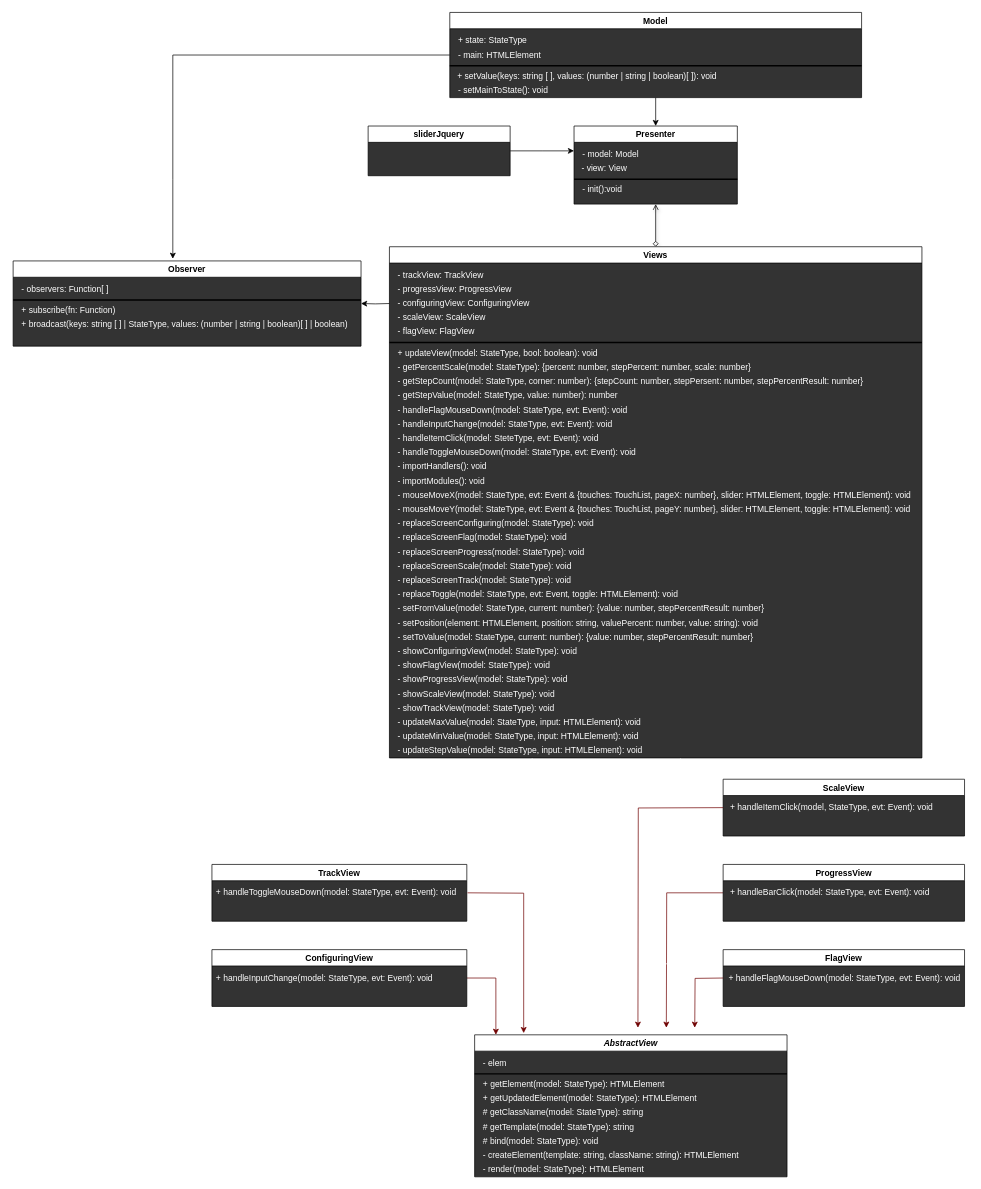
Before: UML.drawio in webproject67/Slider, a draw.io diagram. Source tidied: cells renumbered, new cells numbered last; positions are measured from the earlier drawing's top-left corner, leaving out a move shared by most shapes. Both pictures are drawn from the tidied source at 71%, with x=0, y=0 at pixel (13, 12).
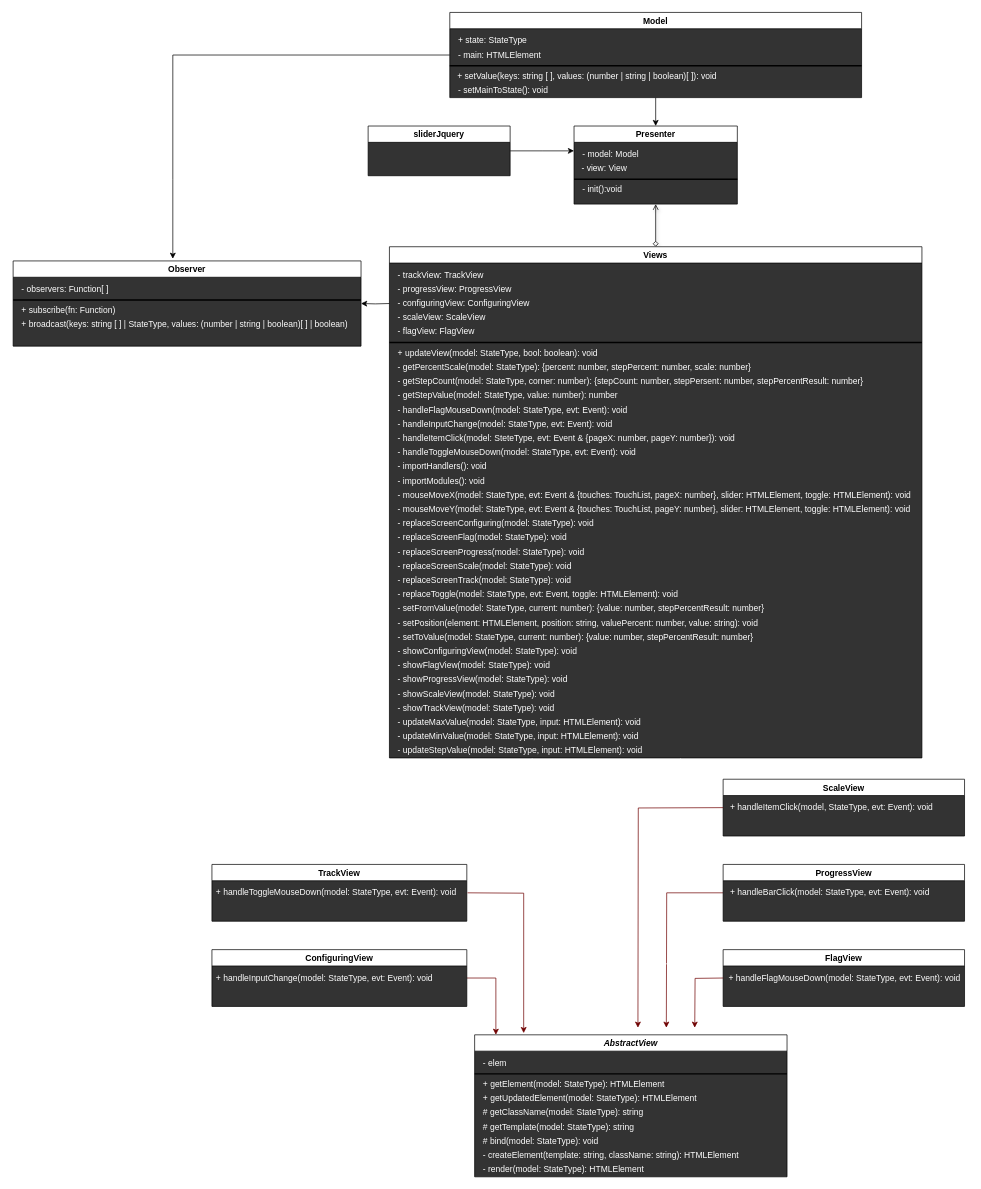
The same diagram, later.

Unchanged cells that the change refers to:
```xml
<mxCell id="22" value="Views" style="swimlane;swimlaneFillColor=#333333;" parent="1" vertex="1">
  <mxGeometry x="530" y="330" width="750" height="720" as="geometry" />
</mxCell>
```

What changed in the source:
```diff
@@
-    <mxCell id="34" value="&lt;div style=&quot;line-height: 19px&quot;&gt;&lt;font style=&quot;font-size: 12px&quot; color=&quot;#ffffff&quot;&gt;- handleItemClick(model: SteteType, evt: Event&lt;/font&gt;&lt;span style=&quot;color: rgb(255 , 255 , 255)&quot;&gt;): void&lt;/span&gt;&lt;/div&gt;" style="text;html=1;align=left;verticalAlign=middle;" parent="22" vertex="1">
-      <mxGeometry x="10" y="260" width="300" height="20" as="geometry" />
+    <mxCell id="34" value="&lt;div style=&quot;line-height: 19px&quot;&gt;&lt;font style=&quot;font-size: 12px&quot; color=&quot;#ffffff&quot;&gt;- handleItemClick(model: SteteType, evt: Event &amp;amp; {pageX: number, pageY: number}&lt;/font&gt;&lt;span style=&quot;color: rgb(255 , 255 , 255)&quot;&gt;): void&lt;/span&gt;&lt;/div&gt;" style="text;html=1;align=left;verticalAlign=middle;" parent="22" vertex="1">
+      <mxGeometry x="10" y="260" width="490" height="20" as="geometry" />
     </mxCell>
```
